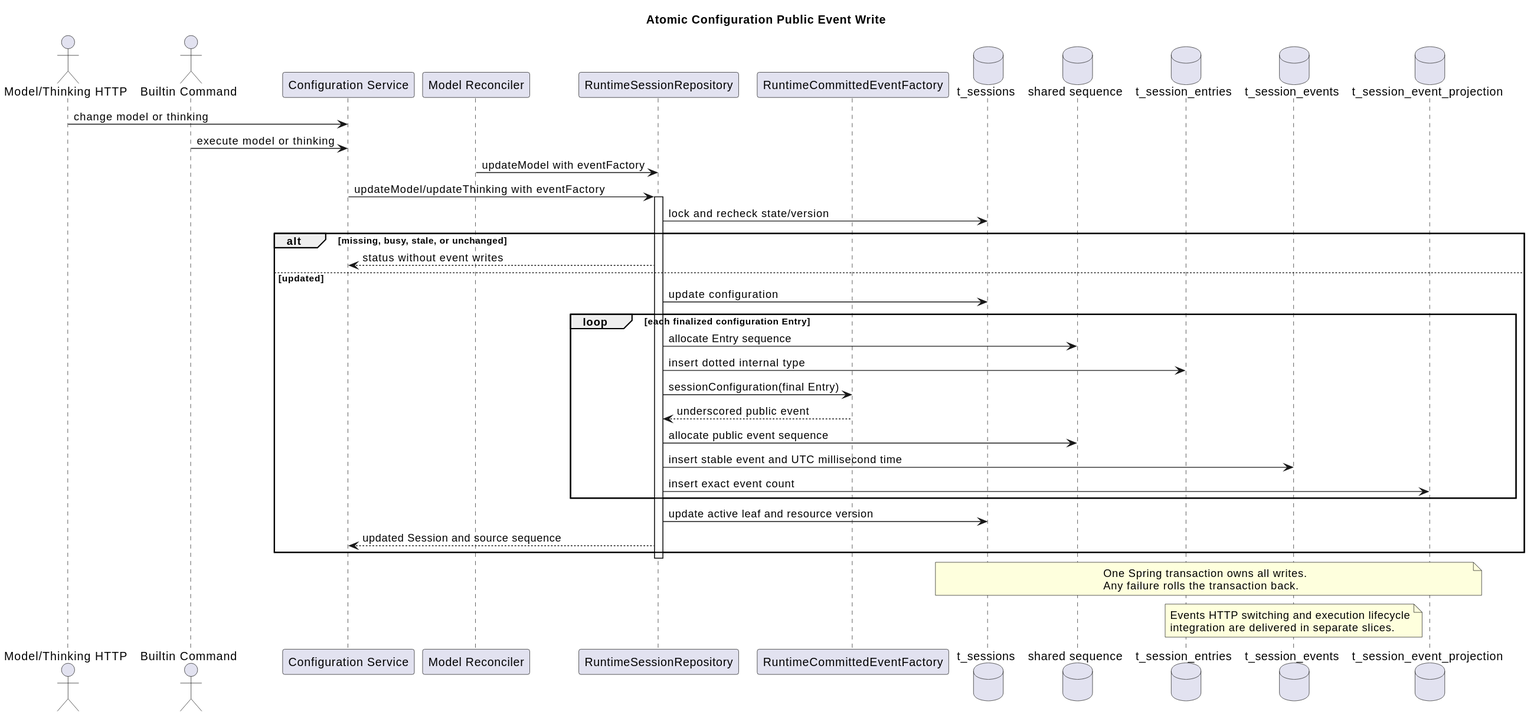
Above: docs/designs/runtime-public-event-writers/configuration_event_write.svg in 2862282695gjh-afk/pi-mono-java (PlantUML), before the change. Its diagram source:
```plantuml
@startuml
title Atomic Configuration Public Event Write
actor "Model/Thinking HTTP" as http
actor "Builtin Command" as command
participant "Configuration Service" as service
participant "Model Reconciler" as reconciler
participant "RuntimeSessionRepository" as repository
participant "RuntimeCommittedEventFactory" as factory
database "t_sessions" as sessions
database "shared sequence" as sequence
database "t_session_entries" as entries
database "t_session_events" as events
database "t_session_event_projection" as marker

http -> service : change model or thinking
command -> service : execute model or thinking
reconciler -> repository : updateModel with eventFactory
service -> repository : updateModel/updateThinking with eventFactory
activate repository
repository -> sessions : lock and recheck state/version
alt missing, busy, stale, or unchanged
  repository --> service : status without event writes
else updated
  repository -> sessions : update configuration
  loop each finalized configuration Entry
    repository -> sequence : allocate Entry sequence
    repository -> entries : insert dotted internal type
    repository -> factory : sessionConfiguration(final Entry)
    factory --> repository : underscored public event
    repository -> sequence : allocate public event sequence
    repository -> events : insert stable event and UTC millisecond time
    repository -> marker : insert exact event count
  end
  repository -> sessions : update active leaf and resource version
  repository --> service : updated Session and source sequence
end
deactivate repository

note over sessions,marker
One Spring transaction owns all writes.
Any failure rolls the transaction back.
end note

note over events
Events HTTP switching and execution lifecycle
integration are delivered in separate slices.
end note
@enduml
```
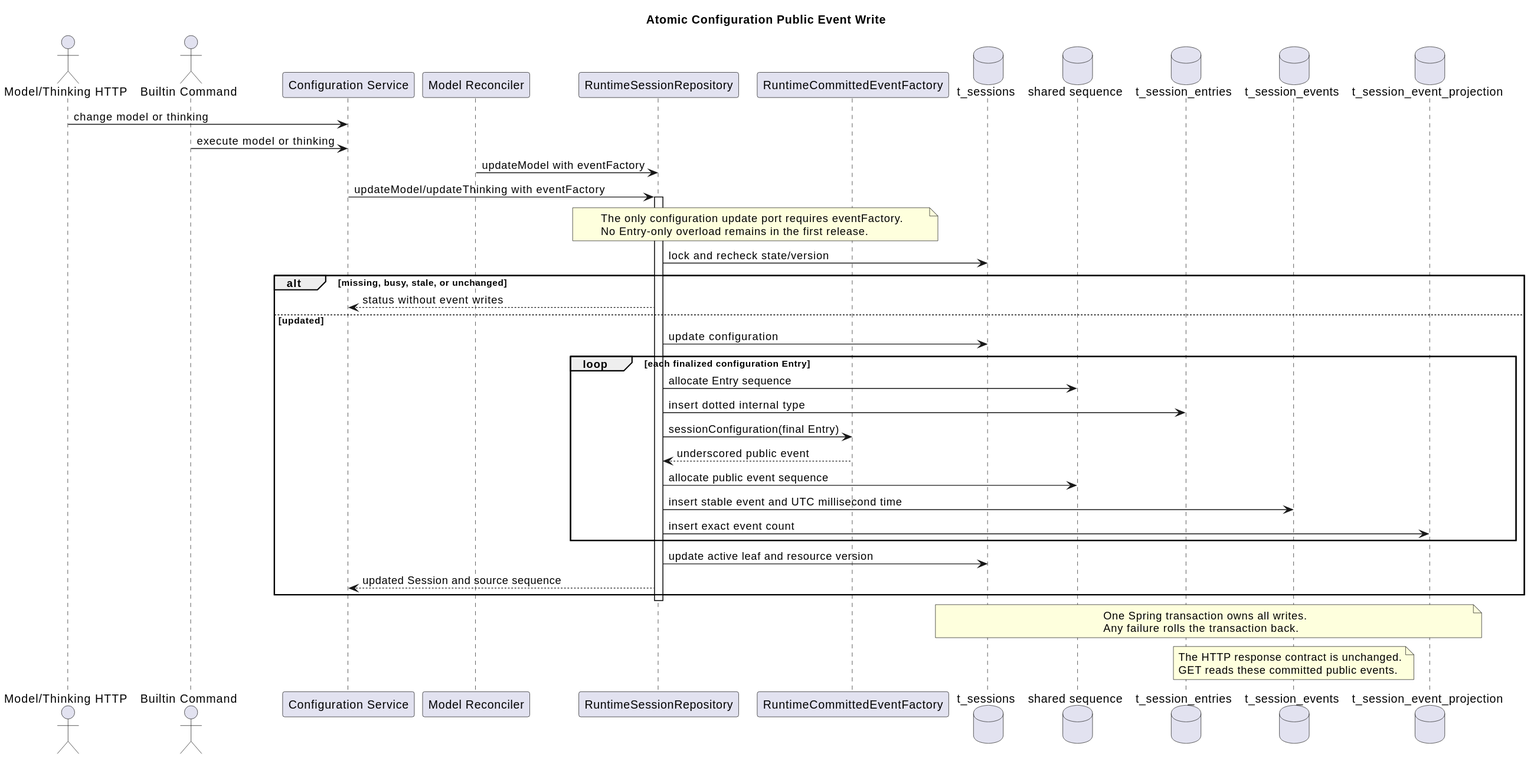
The same diagram one commit later.

The edit, as a diff of the source:
```diff
@@ -17,6 +17,10 @@
 reconciler -> repository : updateModel with eventFactory
 service -> repository : updateModel/updateThinking with eventFactory
 activate repository
+note over repository,factory
+The only configuration update port requires eventFactory.
+No Entry-only overload remains in the first release.
+end note
 repository -> sessions : lock and recheck state/version
 alt missing, busy, stale, or unchanged
   repository --> service : status without event writes
@@ -42,7 +46,7 @@
 end note
 
 note over events
-Events HTTP switching and execution lifecycle
-integration are delivered in separate slices.
+The HTTP response contract is unchanged.
+GET reads these committed public events.
 end note
 @enduml
```
